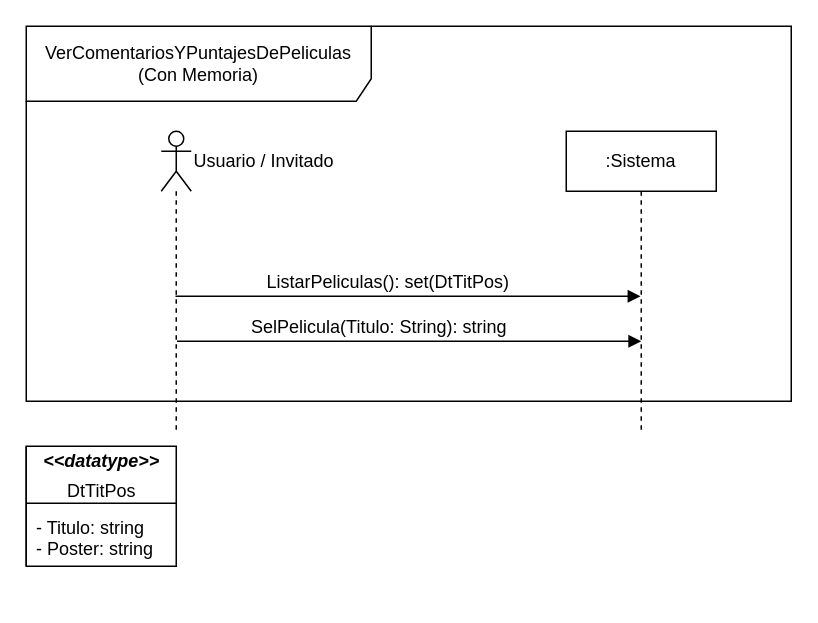
Above: DSS_y_Contratos/VerComentariosYPuntajesDePeliculas.drawio in febentancor/ObligatorioPAV (draw.io), before the change. Source tidied: cells renumbered, new cells numbered last; positions are measured from the earlier drawing's top-left corner, leaving out a move shared by most shapes. Both pictures are drawn from the tidied source at 150%, with x=0, y=0 at pixel (26, 26).
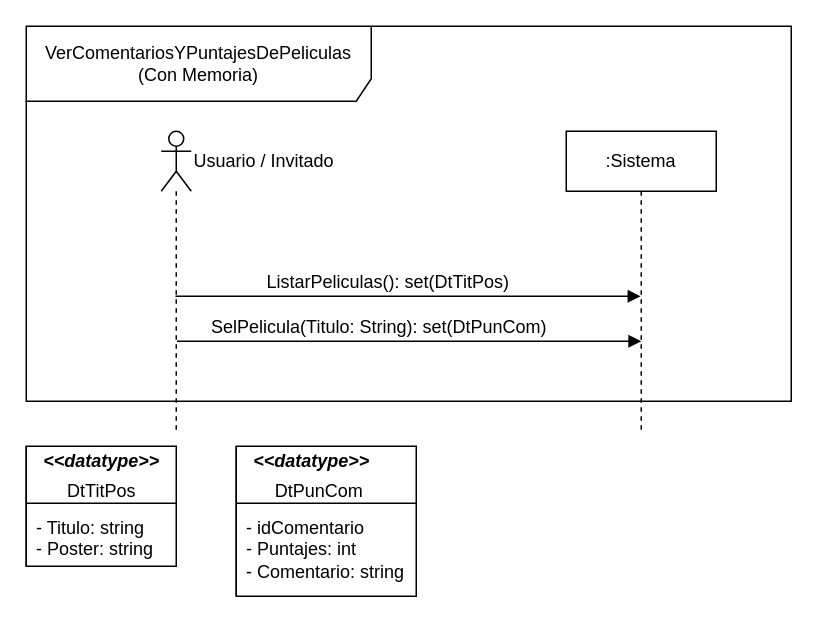
The same page after the edit.

The change refers to these unchanged cells:
```xml
<mxCell id="7" style="html=1;verticalAlign=bottom;endArrow=block;" parent="1" edge="1">
  <mxGeometry relative="1" as="geometry">
    <mxPoint x="100.5" y="210" as="sourcePoint" />
    <mxPoint x="410" y="210" as="targetPoint" />
  </mxGeometry>
</mxCell>
```

Diff of the diagram source:
```diff
@@
-    <mxCell id="8" value="SelPelicula(Titulo: String): string" style="text;html=1;align=center;verticalAlign=middle;labelBackgroundColor=#ffffff;" parent="7" vertex="1">
+    <mxCell id="8" value="SelPelicula(Titulo: String): set(DtPunCom)" style="text;html=1;align=center;verticalAlign=middle;labelBackgroundColor=#ffffff;" parent="7" vertex="1">
       <mxGeometry x="-0.17" y="3" relative="1" as="geometry">
         <mxPoint x="6" y="-7" as="offset" />
       </mxGeometry>
     </mxCell>
@@
+    <mxCell id="14" style="shape=internalStorage;whiteSpace=wrap;html=1;backgroundOutline=1;dx=0;dy=38;" parent="1" vertex="1">
+      <mxGeometry x="140" y="280" width="120" height="100" as="geometry" />
+    </mxCell>
+    <mxCell id="15" value="&lt;i&gt;&lt;b&gt;&amp;lt;&amp;lt;datatype&amp;gt;&amp;gt;&lt;/b&gt;&lt;/i&gt;" style="text;html=1;align=center;verticalAlign=top;spacingTop=-4;" parent="1" vertex="1">
+      <mxGeometry x="145" y="280" width="90" height="20" as="geometry" />
+    </mxCell>
+    <mxCell id="16" value="DtPunCom" style="text;html=1;align=center;verticalAlign=top;spacingTop=-4;" parent="1" vertex="1">
+      <mxGeometry x="160" y="300" width="70" height="20" as="geometry" />
+    </mxCell>
+    <mxCell id="17" value="- idComentario&lt;br&gt;- Puntajes: int&lt;br&gt;- Comentario: string&lt;br&gt;" style="text;html=1;align=left;verticalAlign=top;spacingTop=-4;" parent="1" vertex="1">
+      <mxGeometry x="145" y="325" width="120" height="40" as="geometry" />
+    </mxCell>
```
